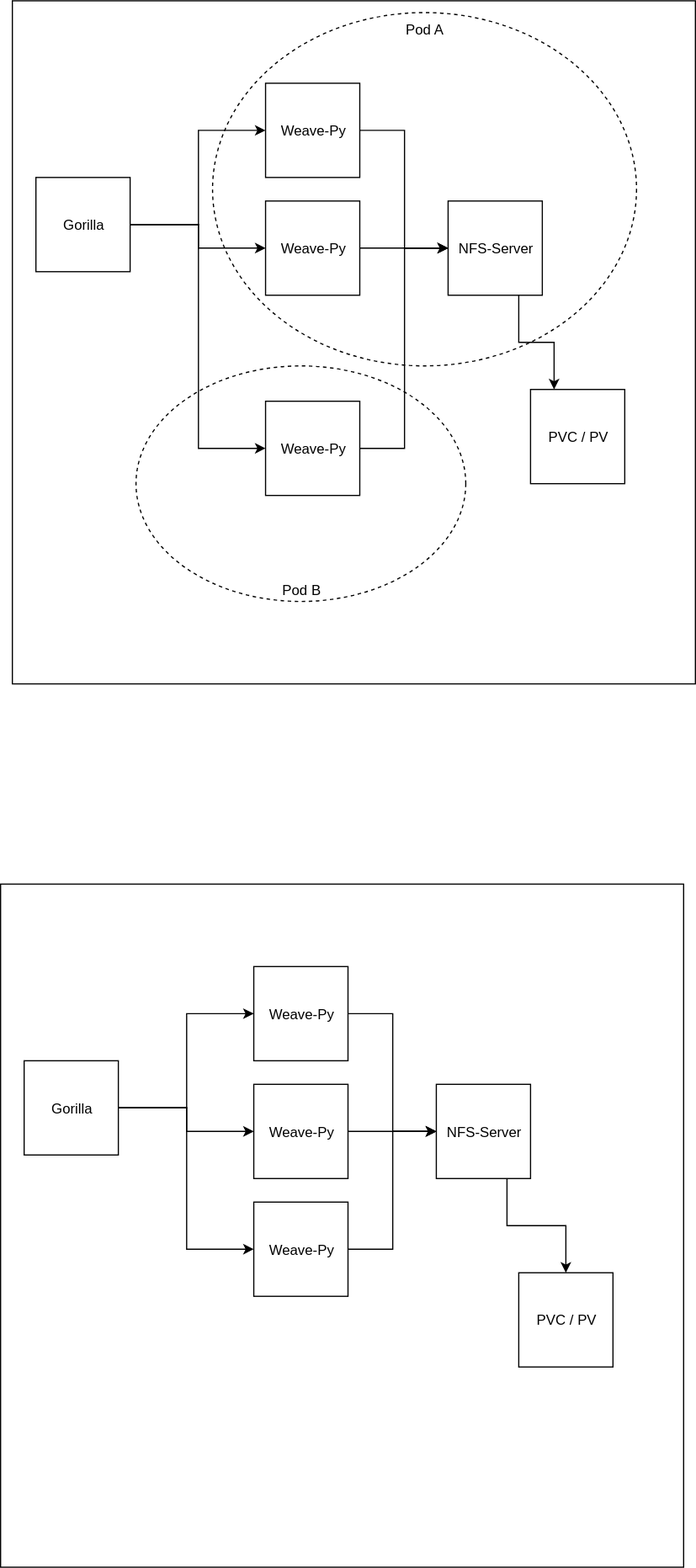
Earlier version of the draw.io export diag.drawio.svg (wandb/terraform-google-wandb). Source tidied: cells renumbered, new cells last; positions are measured from the earlier drawing's top-left corner, leaving out a move shared by most shapes. The source it was exported from:
```xml
<mxGraphModel>
  <root>
    <mxCell id="0" />
    <mxCell id="1" parent="0" />
    <mxCell id="2" style="whiteSpace=wrap;html=1;align=right;verticalAlign=bottom;" parent="1" vertex="1">
      <mxGeometry x="10" width="580" height="580" as="geometry" />
    </mxCell>
    <mxCell id="3" value="Pod B" style="ellipse;whiteSpace=wrap;html=1;dashed=1;verticalAlign=bottom;" parent="1" vertex="1">
      <mxGeometry x="115" y="310" width="280" height="200" as="geometry" />
    </mxCell>
    <mxCell id="4" value="Pod A" style="ellipse;whiteSpace=wrap;html=1;dashed=1;verticalAlign=top;" parent="1" vertex="1">
      <mxGeometry x="180" y="10" width="360" height="300" as="geometry" />
    </mxCell>
    <mxCell id="5" style="edgeStyle=orthogonalEdgeStyle;rounded=0;jettySize=auto;html=1;exitX=1;exitY=0.5;exitDx=0;exitDy=0;" parent="1" edge="1" source="8" target="10">
      <mxGeometry relative="1" as="geometry" />
    </mxCell>
    <mxCell id="6" style="edgeStyle=orthogonalEdgeStyle;rounded=0;jettySize=auto;html=1;exitX=1;exitY=0.5;exitDx=0;exitDy=0;" parent="1" edge="1" source="8" target="12">
      <mxGeometry relative="1" as="geometry" />
    </mxCell>
    <mxCell id="7" style="edgeStyle=orthogonalEdgeStyle;rounded=0;jettySize=auto;html=1;exitX=1;exitY=0.5;exitDx=0;exitDy=0;entryX=0;entryY=0.5;entryDx=0;entryDy=0;" parent="1" edge="1" source="8" target="14">
      <mxGeometry relative="1" as="geometry" />
    </mxCell>
    <mxCell id="8" value="Gorilla" style="whiteSpace=wrap;html=1;" parent="1" vertex="1">
      <mxGeometry x="30" y="150" width="80" height="80" as="geometry" />
    </mxCell>
    <mxCell id="9" style="edgeStyle=orthogonalEdgeStyle;rounded=0;jettySize=auto;html=1;exitX=1;exitY=0.5;exitDx=0;exitDy=0;entryX=0;entryY=0.5;entryDx=0;entryDy=0;" parent="1" edge="1" source="10" target="16">
      <mxGeometry relative="1" as="geometry" />
    </mxCell>
    <mxCell id="10" value="Weave-Py" style="whiteSpace=wrap;html=1;" parent="1" vertex="1">
      <mxGeometry x="225" y="70" width="80" height="80" as="geometry" />
    </mxCell>
    <mxCell id="11" style="edgeStyle=orthogonalEdgeStyle;rounded=0;jettySize=auto;html=1;exitX=1;exitY=0.5;exitDx=0;exitDy=0;" parent="1" edge="1" source="12" target="16">
      <mxGeometry relative="1" as="geometry" />
    </mxCell>
    <mxCell id="12" value="Weave-Py" style="whiteSpace=wrap;html=1;" parent="1" vertex="1">
      <mxGeometry x="225" y="170" width="80" height="80" as="geometry" />
    </mxCell>
    <mxCell id="13" style="edgeStyle=orthogonalEdgeStyle;rounded=0;jettySize=auto;html=1;exitX=1;exitY=0.5;exitDx=0;exitDy=0;entryX=0;entryY=0.5;entryDx=0;entryDy=0;" parent="1" edge="1" source="14" target="16">
      <mxGeometry relative="1" as="geometry" />
    </mxCell>
    <mxCell id="14" value="Weave-Py" style="whiteSpace=wrap;html=1;" parent="1" vertex="1">
      <mxGeometry x="225" y="340" width="80" height="80" as="geometry" />
    </mxCell>
    <mxCell id="15" style="edgeStyle=orthogonalEdgeStyle;rounded=0;jettySize=auto;html=1;exitX=0.75;exitY=1;exitDx=0;exitDy=0;entryX=0.25;entryY=0;entryDx=0;entryDy=0;" parent="1" edge="1" source="16" target="17">
      <mxGeometry relative="1" as="geometry" />
    </mxCell>
    <mxCell id="16" value="NFS-Server" style="whiteSpace=wrap;html=1;" parent="1" vertex="1">
      <mxGeometry x="380" y="170" width="80" height="80" as="geometry" />
    </mxCell>
    <mxCell id="17" value="PVC / PV" style="whiteSpace=wrap;html=1;" parent="1" vertex="1">
      <mxGeometry x="450" y="330" width="80" height="80" as="geometry" />
    </mxCell>
    <mxCell id="18" style="whiteSpace=wrap;html=1;" parent="1" vertex="1">
      <mxGeometry y="750" width="580" height="580" as="geometry" />
    </mxCell>
    <mxCell id="19" style="edgeStyle=orthogonalEdgeStyle;rounded=0;jettySize=auto;html=1;exitX=1;exitY=0.5;exitDx=0;exitDy=0;" parent="1" edge="1" source="22" target="24">
      <mxGeometry relative="1" as="geometry" />
    </mxCell>
    <mxCell id="20" style="edgeStyle=orthogonalEdgeStyle;rounded=0;jettySize=auto;html=1;exitX=1;exitY=0.5;exitDx=0;exitDy=0;" parent="1" edge="1" source="22" target="26">
      <mxGeometry relative="1" as="geometry" />
    </mxCell>
    <mxCell id="21" style="edgeStyle=orthogonalEdgeStyle;rounded=0;jettySize=auto;html=1;exitX=1;exitY=0.5;exitDx=0;exitDy=0;entryX=0;entryY=0.5;entryDx=0;entryDy=0;" parent="1" edge="1" source="22" target="28">
      <mxGeometry relative="1" as="geometry" />
    </mxCell>
    <mxCell id="22" value="Gorilla" style="whiteSpace=wrap;html=1;" parent="1" vertex="1">
      <mxGeometry x="20" y="900" width="80" height="80" as="geometry" />
    </mxCell>
    <mxCell id="23" style="edgeStyle=orthogonalEdgeStyle;rounded=0;jettySize=auto;html=1;exitX=1;exitY=0.5;exitDx=0;exitDy=0;entryX=0;entryY=0.5;entryDx=0;entryDy=0;" parent="1" edge="1" source="24" target="30">
      <mxGeometry relative="1" as="geometry" />
    </mxCell>
    <mxCell id="24" value="Weave-Py" style="whiteSpace=wrap;html=1;" parent="1" vertex="1">
      <mxGeometry x="215" y="820" width="80" height="80" as="geometry" />
    </mxCell>
    <mxCell id="25" style="edgeStyle=orthogonalEdgeStyle;rounded=0;jettySize=auto;html=1;exitX=1;exitY=0.5;exitDx=0;exitDy=0;" parent="1" edge="1" source="26" target="30">
      <mxGeometry relative="1" as="geometry" />
    </mxCell>
    <mxCell id="26" value="Weave-Py" style="whiteSpace=wrap;html=1;" parent="1" vertex="1">
      <mxGeometry x="215" y="920" width="80" height="80" as="geometry" />
    </mxCell>
    <mxCell id="27" style="edgeStyle=orthogonalEdgeStyle;rounded=0;jettySize=auto;html=1;exitX=1;exitY=0.5;exitDx=0;exitDy=0;entryX=0;entryY=0.5;entryDx=0;entryDy=0;" parent="1" edge="1" source="28" target="30">
      <mxGeometry relative="1" as="geometry" />
    </mxCell>
    <mxCell id="28" value="Weave-Py" style="whiteSpace=wrap;html=1;" parent="1" vertex="1">
      <mxGeometry x="215" y="1020" width="80" height="80" as="geometry" />
    </mxCell>
    <mxCell id="29" style="edgeStyle=orthogonalEdgeStyle;rounded=0;jettySize=auto;html=1;exitX=0.75;exitY=1;exitDx=0;exitDy=0;entryX=0.5;entryY=0;entryDx=0;entryDy=0;" parent="1" edge="1" source="30" target="31">
      <mxGeometry relative="1" as="geometry" />
    </mxCell>
    <mxCell id="30" value="NFS-Server" style="whiteSpace=wrap;html=1;" parent="1" vertex="1">
      <mxGeometry x="370" y="920" width="80" height="80" as="geometry" />
    </mxCell>
    <mxCell id="31" value="PVC / PV" style="whiteSpace=wrap;html=1;" parent="1" vertex="1">
      <mxGeometry x="440" y="1080" width="80" height="80" as="geometry" />
    </mxCell>
  </root>
</mxGraphModel>
```
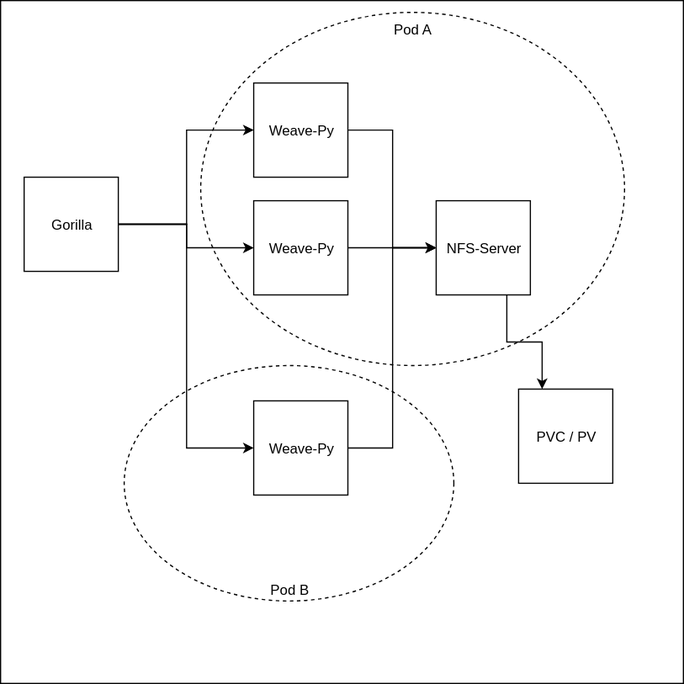
After the change.

Change to the diagram source:
```diff
@@ -50,47 +50,5 @@
     <mxCell id="17" value="PVC / PV" style="whiteSpace=wrap;html=1;" parent="1" vertex="1">
       <mxGeometry x="450" y="330" width="80" height="80" as="geometry" />
     </mxCell>
-    <mxCell id="18" style="whiteSpace=wrap;html=1;" parent="1" vertex="1">
-      <mxGeometry y="750" width="580" height="580" as="geometry" />
-    </mxCell>
-    <mxCell id="19" style="edgeStyle=orthogonalEdgeStyle;rounded=0;jettySize=auto;html=1;exitX=1;exitY=0.5;exitDx=0;exitDy=0;" parent="1" edge="1" source="22" target="24">
-      <mxGeometry relative="1" as="geometry" />
-    </mxCell>
-    <mxCell id="20" style="edgeStyle=orthogonalEdgeStyle;rounded=0;jettySize=auto;html=1;exitX=1;exitY=0.5;exitDx=0;exitDy=0;" parent="1" edge="1" source="22" target="26">
-      <mxGeometry relative="1" as="geometry" />
-    </mxCell>
-    <mxCell id="21" style="edgeStyle=orthogonalEdgeStyle;rounded=0;jettySize=auto;html=1;exitX=1;exitY=0.5;exitDx=0;exitDy=0;entryX=0;entryY=0.5;entryDx=0;entryDy=0;" parent="1" edge="1" source="22" target="28">
-      <mxGeometry relative="1" as="geometry" />
-    </mxCell>
-    <mxCell id="22" value="Gorilla" style="whiteSpace=wrap;html=1;" parent="1" vertex="1">
-      <mxGeometry x="20" y="900" width="80" height="80" as="geometry" />
-    </mxCell>
-    <mxCell id="23" style="edgeStyle=orthogonalEdgeStyle;rounded=0;jettySize=auto;html=1;exitX=1;exitY=0.5;exitDx=0;exitDy=0;entryX=0;entryY=0.5;entryDx=0;entryDy=0;" parent="1" edge="1" source="24" target="30">
-      <mxGeometry relative="1" as="geometry" />
-    </mxCell>
-    <mxCell id="24" value="Weave-Py" style="whiteSpace=wrap;html=1;" parent="1" vertex="1">
-      <mxGeometry x="215" y="820" width="80" height="80" as="geometry" />
-    </mxCell>
-    <mxCell id="25" style="edgeStyle=orthogonalEdgeStyle;rounded=0;jettySize=auto;html=1;exitX=1;exitY=0.5;exitDx=0;exitDy=0;" parent="1" edge="1" source="26" target="30">
-      <mxGeometry relative="1" as="geometry" />
-    </mxCell>
-    <mxCell id="26" value="Weave-Py" style="whiteSpace=wrap;html=1;" parent="1" vertex="1">
-      <mxGeometry x="215" y="920" width="80" height="80" as="geometry" />
-    </mxCell>
-    <mxCell id="27" style="edgeStyle=orthogonalEdgeStyle;rounded=0;jettySize=auto;html=1;exitX=1;exitY=0.5;exitDx=0;exitDy=0;entryX=0;entryY=0.5;entryDx=0;entryDy=0;" parent="1" edge="1" source="28" target="30">
-      <mxGeometry relative="1" as="geometry" />
-    </mxCell>
-    <mxCell id="28" value="Weave-Py" style="whiteSpace=wrap;html=1;" parent="1" vertex="1">
-      <mxGeometry x="215" y="1020" width="80" height="80" as="geometry" />
-    </mxCell>
-    <mxCell id="29" style="edgeStyle=orthogonalEdgeStyle;rounded=0;jettySize=auto;html=1;exitX=0.75;exitY=1;exitDx=0;exitDy=0;entryX=0.5;entryY=0;entryDx=0;entryDy=0;" parent="1" edge="1" source="30" target="31">
-      <mxGeometry relative="1" as="geometry" />
-    </mxCell>
-    <mxCell id="30" value="NFS-Server" style="whiteSpace=wrap;html=1;" parent="1" vertex="1">
-      <mxGeometry x="370" y="920" width="80" height="80" as="geometry" />
-    </mxCell>
-    <mxCell id="31" value="PVC / PV" style="whiteSpace=wrap;html=1;" parent="1" vertex="1">
-      <mxGeometry x="440" y="1080" width="80" height="80" as="geometry" />
-    </mxCell>
   </root>
 </mxGraphModel>
```
